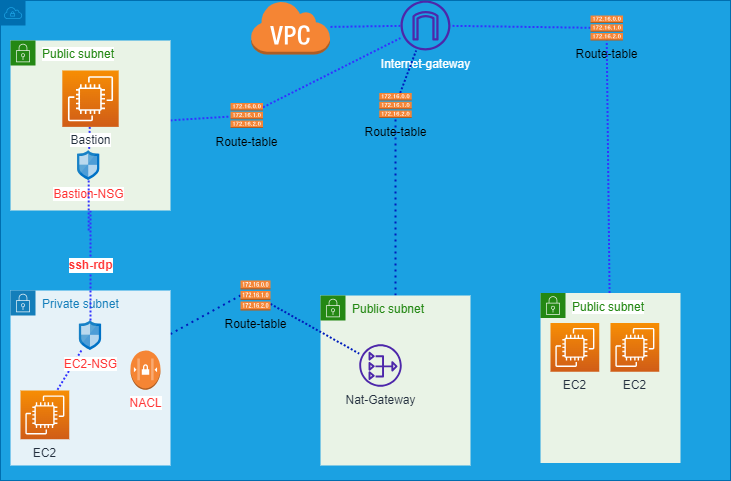
This is Full Deployment/aws.drawio.png from EzioDEVio/terraform-functions-tutorial, a draw.io export, as it was before one commit. Source tidied: cells renumbered, new cells last; positions are measured from the earlier drawing's top-left corner, leaving out a move shared by most shapes.
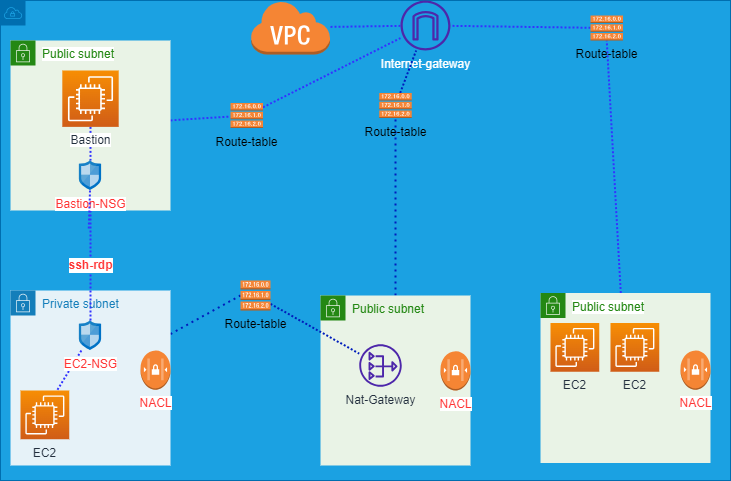
The same diagram one commit later.

What changed in the source:
```diff
@@ -5,13 +5,13 @@
     <mxCell id="2" style="html=1;whiteSpace=wrap;fontSize=12;fontStyle=0;shape=mxgraph.aws4.group;grIcon=mxgraph.aws4.group_vpc;strokeColor=#006EAF;fillColor=#1ba1e2;verticalAlign=top;align=left;spacingLeft=30;dashed=0;fontColor=#ffffff;" parent="1" vertex="1">
       <mxGeometry width="730" height="480" as="geometry" />
     </mxCell>
-    <mxCell id="3" style="edgeStyle=none;sketch=0;html=1;dashed=1;dashPattern=1 1;strokeWidth=2;fontColor=#FFFFFF;endArrow=none;endFill=0;strokeColor=#3333FF;" parent="2" edge="1" source="4" target="18">
+    <mxCell id="3" style="edgeStyle=none;sketch=0;html=1;dashed=1;dashPattern=1 1;strokeWidth=2;fontColor=#FFFFFF;endArrow=none;endFill=0;strokeColor=#3333FF;flowAnimation=1;" parent="2" edge="1" source="4" target="18">
       <mxGeometry relative="1" as="geometry" />
     </mxCell>
     <mxCell id="4" value="&lt;font color=&quot;#ffffff&quot;&gt;Internet-gateway&lt;/font&gt;" style="sketch=0;outlineConnect=0;fontColor=#232F3E;gradientColor=none;fillColor=#4D27AA;strokeColor=none;dashed=0;verticalLabelPosition=bottom;verticalAlign=top;align=center;html=1;fontSize=12;fontStyle=0;shape=mxgraph.aws4.internet_gateway;" parent="2" vertex="1">
       <mxGeometry x="400" width="50" height="50" as="geometry" />
     </mxCell>
-    <mxCell id="5" style="edgeStyle=none;html=1;dashed=1;dashPattern=1 2;strokeWidth=2;fillColor=#0050ef;strokeColor=#001DBC;endArrow=none;endFill=0;" parent="2" edge="1" source="6" target="15">
+    <mxCell id="5" style="edgeStyle=none;html=1;dashed=1;dashPattern=1 2;strokeWidth=2;fillColor=#0050ef;strokeColor=#001DBC;endArrow=none;endFill=0;flowAnimation=1;" parent="2" edge="1" source="6" target="15">
       <mxGeometry relative="1" as="geometry" />
     </mxCell>
     <mxCell id="6" value="Public subnet" style="points=[[0,0],[0.25,0],[0.5,0],[0.75,0],[1,0],[1,0.25],[1,0.5],[1,0.75],[1,1],[0.75,1],[0.5,1],[0.25,1],[0,1],[0,0.75],[0,0.5],[0,0.25]];outlineConnect=0;gradientColor=none;html=1;whiteSpace=wrap;fontSize=12;fontStyle=0;shape=mxgraph.aws4.group;grIcon=mxgraph.aws4.group_security_group;grStroke=0;strokeColor=#248814;fillColor=#E9F3E6;verticalAlign=top;align=left;spacingLeft=30;fontColor=#248814;dashed=0;" parent="2" vertex="1">
@@ -20,7 +20,10 @@
     <mxCell id="7" value="Nat-Gateway" style="sketch=0;outlineConnect=0;fontColor=#232F3E;gradientColor=none;fillColor=#4D27AA;strokeColor=none;dashed=0;verticalLabelPosition=bottom;verticalAlign=top;align=center;html=1;fontSize=12;fontStyle=0;shape=mxgraph.aws4.nat_gateway;" parent="6" vertex="1">
       <mxGeometry x="38.8" y="48.8" width="42.5" height="42.5" as="geometry" />
     </mxCell>
+    <mxCell id="34" value="&lt;font style=&quot;background-color: rgb(255, 255, 255);&quot; color=&quot;#ff3333&quot;&gt;NACL&lt;/font&gt;" style="dashed=0;verticalLabelPosition=bottom;verticalAlign=top;align=center;html=1;shape=mxgraph.aws3.network_access_controllist;fillColor=#F58534;gradientColor=none;labelBackgroundColor=#000000;fontColor=#FFFFFF;" parent="6" vertex="1">
+      <mxGeometry x="120" y="55.6" width="30" height="39.4" as="geometry" />
+    </mxCell>
-    <mxCell id="8" style="edgeStyle=none;html=1;dashed=1;dashPattern=1 2;strokeWidth=2;fillColor=#0050ef;strokeColor=#001DBC;endArrow=none;endFill=0;entryX=0;entryY=0.5;entryDx=0;entryDy=0;entryPerimeter=0;" parent="2" edge="1" source="9" target="17">
+    <mxCell id="8" style="edgeStyle=none;html=1;dashed=1;dashPattern=1 2;strokeWidth=2;fillColor=#0050ef;strokeColor=#001DBC;endArrow=none;endFill=0;entryX=0;entryY=0.5;entryDx=0;entryDy=0;entryPerimeter=0;flowAnimation=1;" parent="2" edge="1" source="9" target="17">
       <mxGeometry relative="1" as="geometry" />
     </mxCell>
     <mxCell id="9" value="Private subnet" style="points=[[0,0],[0.25,0],[0.5,0],[0.75,0],[1,0],[1,0.25],[1,0.5],[1,0.75],[1,1],[0.75,1],[0.5,1],[0.25,1],[0,1],[0,0.75],[0,0.5],[0,0.25]];outlineConnect=0;gradientColor=none;html=1;whiteSpace=wrap;fontSize=12;fontStyle=0;shape=mxgraph.aws4.group;grIcon=mxgraph.aws4.group_security_group;grStroke=0;strokeColor=#147EBA;fillColor=#E6F2F8;verticalAlign=top;align=left;spacingLeft=30;fontColor=#147EBA;dashed=0;" parent="2" vertex="1">
@@ -29,14 +32,14 @@
     <mxCell id="10" value="EC2" style="sketch=0;points=[[0,0,0],[0.25,0,0],[0.5,0,0],[0.75,0,0],[1,0,0],[0,1,0],[0.25,1,0],[0.5,1,0],[0.75,1,0],[1,1,0],[0,0.25,0],[0,0.5,0],[0,0.75,0],[1,0.25,0],[1,0.5,0],[1,0.75,0]];outlineConnect=0;fontColor=#232F3E;gradientColor=#F78E04;gradientDirection=north;fillColor=#D05C17;strokeColor=#ffffff;dashed=0;verticalLabelPosition=bottom;verticalAlign=top;align=center;html=1;fontSize=12;fontStyle=0;shape=mxgraph.aws4.resourceIcon;resIcon=mxgraph.aws4.ec2;" parent="9" vertex="1">
       <mxGeometry x="10" y="100" width="48.8" height="48.8" as="geometry" />
     </mxCell>
-    <mxCell id="11" style="edgeStyle=none;sketch=0;html=1;entryX=0.75;entryY=0;entryDx=0;entryDy=0;entryPerimeter=0;dashed=1;dashPattern=1 1;labelBackgroundColor=#FFFFFF;strokeColor=#3333FF;strokeWidth=2;fontSize=12;fontColor=#FF0000;endArrow=none;endFill=0;" parent="9" edge="1" source="12" target="10">
+    <mxCell id="11" style="edgeStyle=none;sketch=0;html=1;entryX=0.75;entryY=0;entryDx=0;entryDy=0;entryPerimeter=0;dashed=1;dashPattern=1 1;labelBackgroundColor=#FFFFFF;strokeColor=#3333FF;strokeWidth=2;fontSize=12;fontColor=#FF0000;endArrow=none;endFill=0;flowAnimation=1;" parent="9" edge="1" source="12" target="10">
       <mxGeometry relative="1" as="geometry" />
     </mxCell>
     <mxCell id="12" value="EC2-NSG" style="sketch=0;html=1;points=[];align=center;image;fontSize=12;image=img/lib/mscae/Network_Security_Groups_Classic.svg;labelBackgroundColor=#FFFFFF;fontColor=#FF3333;gradientColor=default;" parent="9" vertex="1">
       <mxGeometry x="68.9" y="30" width="22.2" height="30" as="geometry" />
     </mxCell>
     <mxCell id="13" value="&lt;font style=&quot;background-color: rgb(255, 255, 255);&quot; color=&quot;#ff3333&quot;&gt;NACL&lt;/font&gt;" style="dashed=0;verticalLabelPosition=bottom;verticalAlign=top;align=center;html=1;shape=mxgraph.aws3.network_access_controllist;fillColor=#F58534;gradientColor=none;labelBackgroundColor=#000000;fontColor=#FFFFFF;" parent="9" vertex="1">
-      <mxGeometry x="120" y="60" width="30" height="39.4" as="geometry" />
+      <mxGeometry x="130" y="60" width="30" height="39.4" as="geometry" />
     </mxCell>
     <mxCell id="14" style="edgeStyle=none;html=1;dashed=1;dashPattern=1 1;strokeWidth=2;fillColor=#0050ef;strokeColor=#001DBC;endArrow=none;endFill=0;" parent="2" edge="1" source="15" target="4">
       <mxGeometry relative="1" as="geometry" />
@@ -44,7 +47,7 @@
     <mxCell id="15" value="Route-table" style="outlineConnect=0;dashed=0;verticalLabelPosition=bottom;verticalAlign=top;align=center;html=1;shape=mxgraph.aws3.route_table;fillColor=#F58536;gradientColor=none;" parent="2" vertex="1">
       <mxGeometry x="378.8" y="92.5" width="32.5" height="25" as="geometry" />
     </mxCell>
-    <mxCell id="16" style="edgeStyle=none;html=1;dashed=1;dashPattern=1 1;strokeWidth=2;fillColor=#0050ef;strokeColor=#001DBC;endArrow=none;endFill=0;" parent="2" edge="1" source="17" target="7">
+    <mxCell id="16" style="edgeStyle=none;html=1;dashed=1;dashPattern=1 1;strokeWidth=2;fillColor=#0050ef;strokeColor=#001DBC;endArrow=none;endFill=0;flowAnimation=1;" parent="2" edge="1" source="17" target="7">
       <mxGeometry relative="1" as="geometry" />
     </mxCell>
     <mxCell id="17" value="Route-table" style="outlineConnect=0;dashed=0;verticalLabelPosition=bottom;verticalAlign=top;align=center;html=1;shape=mxgraph.aws3.route_table;fillColor=#F58536;gradientColor=none;" parent="2" vertex="1">
@@ -53,11 +56,11 @@
     <mxCell id="18" style="outlineConnect=0;dashed=0;verticalLabelPosition=bottom;verticalAlign=top;align=center;html=1;shape=mxgraph.aws3.virtual_private_cloud;fillColor=#F58534;gradientColor=none;labelBackgroundColor=#000000;fontColor=#FFFFFF;" parent="2" vertex="1">
       <mxGeometry x="250" width="79.5" height="54" as="geometry" />
     </mxCell>
-    <mxCell id="19" style="edgeStyle=none;sketch=0;html=1;entryX=0.5;entryY=1;entryDx=0;entryDy=0;entryPerimeter=0;dashed=1;dashPattern=1 1;strokeColor=#3333FF;strokeWidth=2;fontColor=#248814;endArrow=none;endFill=0;" parent="2" edge="1" source="20" target="24">
+    <mxCell id="19" style="edgeStyle=none;html=1;entryX=0.5;entryY=1;entryDx=0;entryDy=0;entryPerimeter=0;dashed=1;dashPattern=1 1;strokeColor=#3333FF;strokeWidth=2;fontColor=#248814;endArrow=none;endFill=0;flowAnimation=1;" parent="2" edge="1" source="20" target="24">
       <mxGeometry relative="1" as="geometry" />
     </mxCell>
     <mxCell id="20" value="&lt;span style=&quot;background-color: rgb(255, 255, 255);&quot;&gt;Public subnet&lt;/span&gt;" style="points=[[0,0],[0.25,0],[0.5,0],[0.75,0],[1,0],[1,0.25],[1,0.5],[1,0.75],[1,1],[0.75,1],[0.5,1],[0.25,1],[0,1],[0,0.75],[0,0.5],[0,0.25]];outlineConnect=0;gradientColor=none;html=1;whiteSpace=wrap;fontSize=12;fontStyle=0;shape=mxgraph.aws4.group;grIcon=mxgraph.aws4.group_security_group;grStroke=0;strokeColor=#248814;fillColor=#E9F3E6;verticalAlign=top;align=left;spacingLeft=30;fontColor=#248814;dashed=0;labelBackgroundColor=#000000;" parent="2" vertex="1">
-      <mxGeometry x="540" y="292.5" width="140" height="170" as="geometry" />
+      <mxGeometry x="540" y="292.5" width="170" height="170" as="geometry" />
     </mxCell>
     <mxCell id="21" value="EC2" style="sketch=0;fontColor=#232F3E;gradientColor=#F78E04;gradientDirection=north;fillColor=#D05C17;strokeColor=#ffffff;dashed=0;verticalLabelPosition=bottom;verticalAlign=top;align=center;html=1;fontSize=12;fontStyle=0;shape=mxgraph.aws4.resourceIcon;resIcon=mxgraph.aws4.ec2;" parent="20" vertex="1">
       <mxGeometry x="70" y="30" width="48.8" height="48.8" as="geometry" />
@@ -65,31 +68,34 @@
     <mxCell id="22" value="EC2" style="sketch=0;fontColor=#232F3E;gradientColor=#F78E04;gradientDirection=north;fillColor=#D05C17;strokeColor=#ffffff;dashed=0;verticalLabelPosition=bottom;verticalAlign=top;align=center;html=1;fontSize=12;fontStyle=0;shape=mxgraph.aws4.resourceIcon;resIcon=mxgraph.aws4.ec2;" parent="20" vertex="1">
       <mxGeometry x="10" y="30" width="48.8" height="48.8" as="geometry" />
     </mxCell>
+    <mxCell id="35" value="&lt;font style=&quot;background-color: rgb(255, 255, 255);&quot; color=&quot;#ff3333&quot;&gt;NACL&lt;/font&gt;" style="dashed=0;verticalLabelPosition=bottom;verticalAlign=top;align=center;html=1;shape=mxgraph.aws3.network_access_controllist;fillColor=#F58534;gradientColor=none;labelBackgroundColor=#000000;fontColor=#FFFFFF;" parent="20" vertex="1">
+      <mxGeometry x="140" y="57.5" width="30" height="39.4" as="geometry" />
+    </mxCell>
-    <mxCell id="23" style="edgeStyle=none;sketch=0;html=1;dashed=1;dashPattern=1 1;strokeColor=#3333FF;strokeWidth=2;fontColor=#248814;endArrow=none;endFill=0;" parent="2" edge="1" source="24" target="4">
+    <mxCell id="23" style="edgeStyle=none;sketch=0;html=1;dashed=1;dashPattern=1 1;strokeColor=#3333FF;strokeWidth=2;fontColor=#248814;endArrow=none;endFill=0;flowAnimation=1;" parent="2" edge="1" source="24" target="4">
       <mxGeometry relative="1" as="geometry" />
     </mxCell>
     <mxCell id="24" value="Route-table" style="outlineConnect=0;dashed=0;verticalLabelPosition=bottom;verticalAlign=top;align=center;html=1;shape=mxgraph.aws3.route_table;fillColor=#F58536;gradientColor=none;" parent="2" vertex="1">
       <mxGeometry x="590" y="15" width="32.5" height="25" as="geometry" />
     </mxCell>
-    <mxCell id="25" value="&lt;span style=&quot;background-color: rgb(255, 255, 255);&quot;&gt;&lt;b&gt;&lt;font style=&quot;font-size: 12px;&quot;&gt;ssh-rdp&lt;/font&gt;&lt;/b&gt;&lt;/span&gt;" style="edgeStyle=none;sketch=0;html=1;dashed=1;dashPattern=1 1;strokeColor=#3333FF;strokeWidth=2;fontColor=#FF3333;endArrow=none;endFill=0;" parent="2" edge="1" source="27" target="12">
+    <mxCell id="25" value="&lt;span style=&quot;background-color: rgb(255, 255, 255);&quot;&gt;&lt;b&gt;&lt;font style=&quot;font-size: 12px;&quot;&gt;ssh-rdp&lt;/font&gt;&lt;/b&gt;&lt;/span&gt;" style="edgeStyle=none;sketch=0;html=1;dashed=1;dashPattern=1 1;strokeColor=#3333FF;strokeWidth=2;fontColor=#FF3333;endArrow=none;endFill=0;flowAnimation=1;" parent="2" edge="1" source="27" target="12">
       <mxGeometry relative="1" as="geometry" />
     </mxCell>
-    <mxCell id="26" style="edgeStyle=none;sketch=0;html=1;dashed=1;dashPattern=1 1;labelBackgroundColor=#FFFFFF;strokeColor=#3333FF;strokeWidth=2;fontSize=12;fontColor=#FF0000;endArrow=none;endFill=0;" parent="2" edge="1" source="27" target="32">
+    <mxCell id="26" style="edgeStyle=none;sketch=0;html=1;dashed=1;dashPattern=1 1;labelBackgroundColor=#FFFFFF;strokeColor=#3333FF;strokeWidth=2;fontSize=12;fontColor=#FF0000;endArrow=none;endFill=0;flowAnimation=1;" parent="2" edge="1" source="27" target="32">
       <mxGeometry relative="1" as="geometry" />
     </mxCell>
     <mxCell id="27" value="&lt;span style=&quot;background-color: rgb(255, 255, 255);&quot;&gt;Public subnet&lt;/span&gt;" style="points=[[0,0],[0.25,0],[0.5,0],[0.75,0],[1,0],[1,0.25],[1,0.5],[1,0.75],[1,1],[0.75,1],[0.5,1],[0.25,1],[0,1],[0,0.75],[0,0.5],[0,0.25]];outlineConnect=0;gradientColor=none;html=1;whiteSpace=wrap;fontSize=12;fontStyle=0;shape=mxgraph.aws4.group;grIcon=mxgraph.aws4.group_security_group;grStroke=0;strokeColor=#248814;fillColor=#E9F3E6;verticalAlign=top;align=left;spacingLeft=30;fontColor=#248814;dashed=0;labelBackgroundColor=#000000;" parent="2" vertex="1">
       <mxGeometry x="10" y="40" width="160" height="170" as="geometry" />
     </mxCell>
-    <mxCell id="28" style="edgeStyle=none;sketch=0;html=1;dashed=1;dashPattern=1 1;labelBackgroundColor=#FFFFFF;strokeColor=#3333FF;strokeWidth=2;fontSize=12;fontColor=#FF0000;endArrow=none;endFill=0;" parent="27" edge="1" source="29" target="30">
+    <mxCell id="28" style="edgeStyle=none;sketch=0;html=1;dashed=1;dashPattern=1 1;labelBackgroundColor=#FFFFFF;strokeColor=#3333FF;strokeWidth=2;fontSize=12;fontColor=#FF0000;endArrow=none;endFill=0;flowAnimation=1;" parent="27" edge="1" source="29" target="30">
       <mxGeometry relative="1" as="geometry" />
     </mxCell>
     <mxCell id="29" value="Bastion" style="sketch=0;points=[[0,0,0],[0.25,0,0],[0.5,0,0],[0.75,0,0],[1,0,0],[0,1,0],[0.25,1,0],[0.5,1,0],[0.75,1,0],[1,1,0],[0,0.25,0],[0,0.5,0],[0,0.75,0],[1,0.25,0],[1,0.5,0],[1,0.75,0]];outlineConnect=0;fontColor=#232F3E;gradientColor=#F78E04;gradientDirection=north;fillColor=#D05C17;strokeColor=#ffffff;dashed=0;verticalLabelPosition=bottom;verticalAlign=top;align=center;html=1;fontSize=12;fontStyle=0;shape=mxgraph.aws4.resourceIcon;resIcon=mxgraph.aws4.ec2;labelBackgroundColor=#FFFFFF;" parent="27" vertex="1">
       <mxGeometry x="51.8" y="30" width="56.4" height="56.4" as="geometry" />
     </mxCell>
     <mxCell id="30" value="Bastion-NSG" style="sketch=0;html=1;points=[];align=center;image;fontSize=12;image=img/lib/mscae/Network_Security_Groups_Classic.svg;labelBackgroundColor=#FFFFFF;fontColor=#FF3333;gradientColor=default;" parent="27" vertex="1">
-      <mxGeometry x="67.1" y="110" width="22.2" height="30" as="geometry" />
+      <mxGeometry x="68.9" y="120" width="22.2" height="30" as="geometry" />
     </mxCell>
-    <mxCell id="31" style="edgeStyle=none;sketch=0;html=1;dashed=1;dashPattern=1 1;labelBackgroundColor=#FFFFFF;strokeColor=#3333FF;strokeWidth=2;fontSize=12;fontColor=#FF0000;endArrow=none;endFill=0;" parent="2" edge="1" source="32" target="4">
+    <mxCell id="31" style="edgeStyle=none;sketch=0;html=1;dashed=1;dashPattern=1 1;labelBackgroundColor=#FFFFFF;strokeColor=#3333FF;strokeWidth=2;fontSize=12;fontColor=#FF0000;endArrow=none;endFill=0;flowAnimation=1;" parent="2" edge="1" source="32" target="4">
       <mxGeometry relative="1" as="geometry" />
     </mxCell>
     <mxCell id="32" value="Route-table" style="outlineConnect=0;dashed=0;verticalLabelPosition=bottom;verticalAlign=top;align=center;html=1;shape=mxgraph.aws3.route_table;fillColor=#F58536;gradientColor=none;" parent="2" vertex="1">
```
